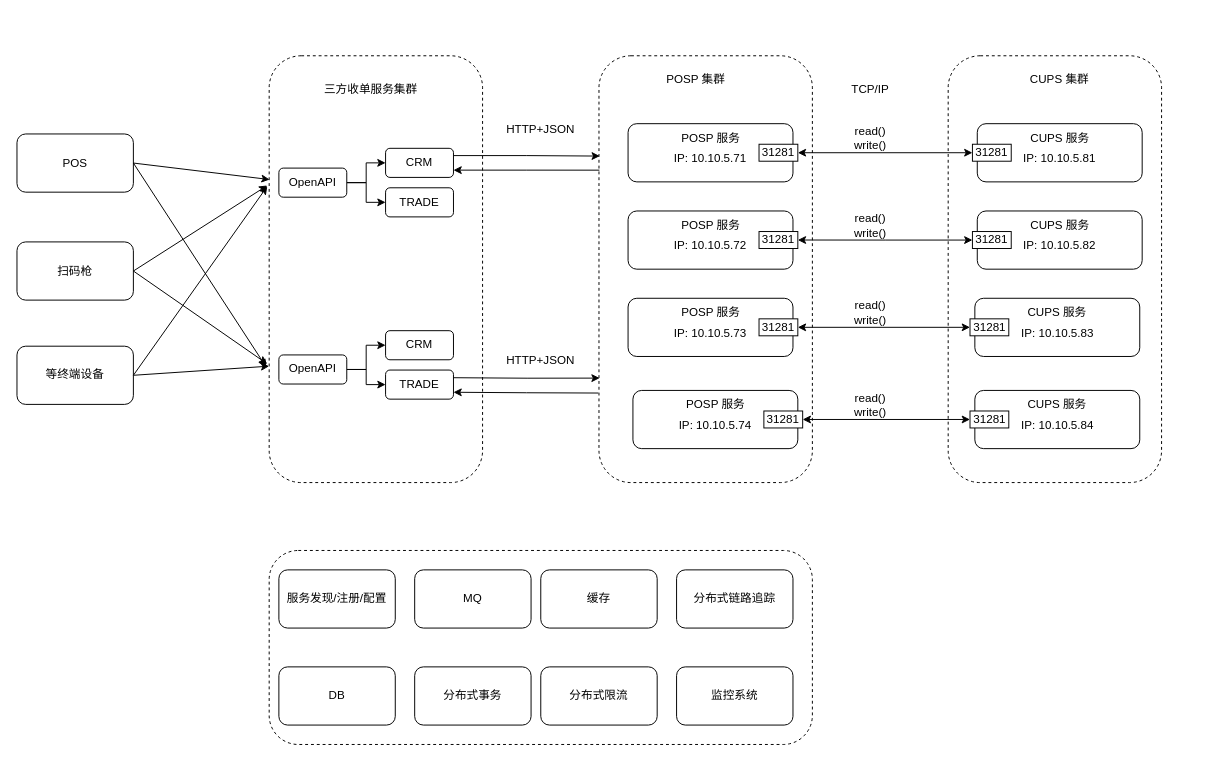
xnxuehai/draw keeps this draw.io diagram as POSP.drawio. Above is the earlier version. Source tidied: cells renumbered, new cells numbered last; positions are measured from the earlier drawing's top-left corner, leaving out a move shared by most shapes. Both pictures are drawn from the tidied source at 97%, with x=0, y=0 at pixel (16, 55).
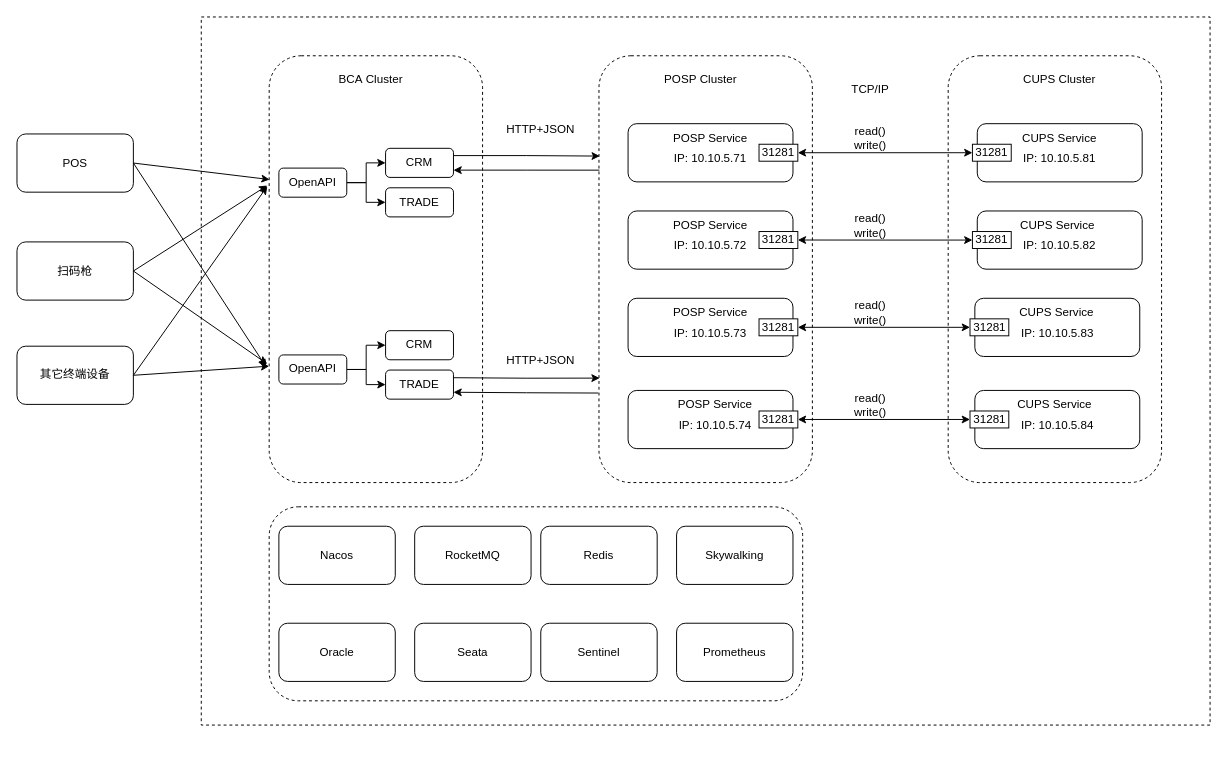
The same page after the edit.

What changed in the source:
```diff
@@
+    <mxCell id="83" style="rounded=0;whiteSpace=wrap;html=1;dashed=1;" parent="1" vertex="1">
+      <mxGeometry x="190" y="-40" width="1040" height="730" as="geometry" />
+    </mxCell>
@@
-    <mxCell id="3" value="CUPS 集群" style="text;html=1;align=center;verticalAlign=middle;whiteSpace=wrap;rounded=0;" parent="1" vertex="1">
+    <mxCell id="3" value="&lt;div style=&quot;text-align: start;&quot;&gt;&lt;span style=&quot;background-color: transparent; color: light-dark(rgb(0, 0, 0), rgb(255, 255, 255));&quot;&gt;CUPS Cluster&lt;/span&gt;&lt;/div&gt;" style="text;html=1;align=center;verticalAlign=middle;whiteSpace=wrap;rounded=0;" parent="1" vertex="1">
       <mxGeometry x="1035" y="10" width="80" height="30" as="geometry" />
     </mxCell>
@@
-    <mxCell id="7" value="CUPS 服务" style="text;html=1;align=center;verticalAlign=middle;whiteSpace=wrap;rounded=0;" parent="1" vertex="1">
-      <mxGeometry x="1042.5" y="70" width="65" height="30" as="geometry" />
+    <mxCell id="7" value="CUPS Service" style="text;html=1;align=center;verticalAlign=middle;whiteSpace=wrap;rounded=0;" parent="1" vertex="1">
+      <mxGeometry x="1026.2" y="70" width="97.5" height="30" as="geometry" />
     </mxCell>
@@
-    <mxCell id="11" value="CUPS 服务" style="text;html=1;align=center;verticalAlign=middle;whiteSpace=wrap;rounded=0;" parent="1" vertex="1">
-      <mxGeometry x="1042.5" y="160" width="65" height="30" as="geometry" />
-    </mxCell>
@@
-    <mxCell id="15" value="CUPS 服务" style="text;html=1;align=center;verticalAlign=middle;whiteSpace=wrap;rounded=0;" parent="1" vertex="1">
-      <mxGeometry x="1040" y="250" width="65" height="30" as="geometry" />
-    </mxCell>
@@
-    <mxCell id="19" value="CUPS 服务" style="text;html=1;align=center;verticalAlign=middle;whiteSpace=wrap;rounded=0;" parent="1" vertex="1">
-      <mxGeometry x="1040" y="345" width="65" height="30" as="geometry" />
-    </mxCell>
@@
-    <mxCell id="21" value="POSP 集群" style="text;html=1;align=center;verticalAlign=middle;whiteSpace=wrap;rounded=0;" parent="1" vertex="1">
-      <mxGeometry x="660" y="10" width="80" height="30" as="geometry" />
+    <mxCell id="21" value="POSP&amp;nbsp;&lt;span style=&quot;text-align: start;&quot;&gt;Cluster&lt;/span&gt;" style="text;html=1;align=center;verticalAlign=middle;whiteSpace=wrap;rounded=0;" parent="1" vertex="1">
+      <mxGeometry x="660" y="10" width="90" height="30" as="geometry" />
     </mxCell>
     <mxCell id="22" style="rounded=1;whiteSpace=wrap;html=1;" parent="1" vertex="1">
-      <mxGeometry x="635" y="345" width="170" height="60" as="geometry" />
+      <mxGeometry x="630" y="345" width="170" height="60" as="geometry" />
     </mxCell>
@@
     <mxCell id="25" value="31281" style="rounded=0;whiteSpace=wrap;html=1;" parent="1" vertex="1">
-      <mxGeometry x="770" y="366.2" width="40" height="17.5" as="geometry" />
+      <mxGeometry x="765" y="366.2" width="40" height="17.5" as="geometry" />
     </mxCell>
-    <mxCell id="26" value="POSP 服务" style="text;html=1;align=center;verticalAlign=middle;whiteSpace=wrap;rounded=0;" parent="1" vertex="1">
-      <mxGeometry x="687.5" y="345" width="65" height="30" as="geometry" />
-    </mxCell>
@@
-    <mxCell id="31" value="POSP 服务" style="text;html=1;align=center;verticalAlign=middle;whiteSpace=wrap;rounded=0;" parent="1" vertex="1">
-      <mxGeometry x="682.5" y="250" width="65" height="30" as="geometry" />
-    </mxCell>
@@
-    <mxCell id="36" value="POSP 服务" style="text;html=1;align=center;verticalAlign=middle;whiteSpace=wrap;rounded=0;" parent="1" vertex="1">
-      <mxGeometry x="682.5" y="160" width="65" height="30" as="geometry" />
-    </mxCell>
@@
-    <mxCell id="41" value="POSP 服务" style="text;html=1;align=center;verticalAlign=middle;whiteSpace=wrap;rounded=0;" parent="1" vertex="1">
-      <mxGeometry x="682.5" y="70" width="65" height="30" as="geometry" />
+    <mxCell id="41" value="POSP Service" style="text;html=1;align=center;verticalAlign=middle;whiteSpace=wrap;rounded=0;" parent="1" vertex="1">
+      <mxGeometry x="670" y="70" width="90" height="30" as="geometry" />
     </mxCell>
@@
-    <mxCell id="43" value="三方收单服务集群" style="text;html=1;align=center;verticalAlign=middle;whiteSpace=wrap;rounded=0;" parent="1" vertex="1">
-      <mxGeometry x="310" y="20" width="110" height="30" as="geometry" />
+    <mxCell id="43" value="BCA&amp;nbsp;&lt;span style=&quot;text-align: start;&quot;&gt;Cluster&lt;/span&gt;" style="text;html=1;align=center;verticalAlign=middle;whiteSpace=wrap;rounded=0;" parent="1" vertex="1">
+      <mxGeometry x="310" y="10" width="110" height="30" as="geometry" />
     </mxCell>
@@
-    <mxCell id="47" value="等终端设备" style="rounded=1;whiteSpace=wrap;html=1;" parent="1" vertex="1">
+    <mxCell id="47" value="其它终端设备" style="rounded=1;whiteSpace=wrap;html=1;" parent="1" vertex="1">
       <mxGeometry y="299.4" width="120" height="60" as="geometry" />
     </mxCell>
@@
     <mxCell id="74" style="rounded=1;whiteSpace=wrap;html=1;dashed=1;" parent="1" vertex="1">
-      <mxGeometry x="260" y="510" width="560" height="200" as="geometry" />
+      <mxGeometry x="260" y="465" width="550" height="200" as="geometry" />
     </mxCell>
-    <mxCell id="75" value="服务发现/注册/配置" style="rounded=1;whiteSpace=wrap;html=1;" parent="1" vertex="1">
-      <mxGeometry x="270" y="530" width="120" height="60" as="geometry" />
+    <mxCell id="75" value="Nacos" style="rounded=1;whiteSpace=wrap;html=1;" parent="1" vertex="1">
+      <mxGeometry x="270" y="485" width="120" height="60" as="geometry" />
     </mxCell>
-    <mxCell id="76" value="MQ" style="rounded=1;whiteSpace=wrap;html=1;" parent="1" vertex="1">
-      <mxGeometry x="410" y="530" width="120" height="60" as="geometry" />
+    <mxCell id="76" value="RocketMQ" style="rounded=1;whiteSpace=wrap;html=1;" parent="1" vertex="1">
+      <mxGeometry x="410" y="485" width="120" height="60" as="geometry" />
     </mxCell>
-    <mxCell id="77" value="缓存" style="rounded=1;whiteSpace=wrap;html=1;" parent="1" vertex="1">
-      <mxGeometry x="540" y="530" width="120" height="60" as="geometry" />
+    <mxCell id="77" value="Redis" style="rounded=1;whiteSpace=wrap;html=1;" parent="1" vertex="1">
+      <mxGeometry x="540" y="485" width="120" height="60" as="geometry" />
     </mxCell>
-    <mxCell id="78" value="分布式链路追踪" style="rounded=1;whiteSpace=wrap;html=1;" parent="1" vertex="1">
-      <mxGeometry x="680" y="530" width="120" height="60" as="geometry" />
+    <mxCell id="78" value="Skywalking" style="rounded=1;whiteSpace=wrap;html=1;" parent="1" vertex="1">
+      <mxGeometry x="680" y="485" width="120" height="60" as="geometry" />
     </mxCell>
-    <mxCell id="79" value="DB" style="rounded=1;whiteSpace=wrap;html=1;" parent="1" vertex="1">
-      <mxGeometry x="270" y="630" width="120" height="60" as="geometry" />
+    <mxCell id="79" value="Oracle" style="rounded=1;whiteSpace=wrap;html=1;" parent="1" vertex="1">
+      <mxGeometry x="270" y="585" width="120" height="60" as="geometry" />
     </mxCell>
-    <mxCell id="80" value="分布式事务" style="rounded=1;whiteSpace=wrap;html=1;" parent="1" vertex="1">
-      <mxGeometry x="410" y="630" width="120" height="60" as="geometry" />
+    <mxCell id="80" value="Seata" style="rounded=1;whiteSpace=wrap;html=1;" parent="1" vertex="1">
+      <mxGeometry x="410" y="585" width="120" height="60" as="geometry" />
     </mxCell>
-    <mxCell id="81" value="分布式限流" style="rounded=1;whiteSpace=wrap;html=1;" parent="1" vertex="1">
-      <mxGeometry x="540" y="630" width="120" height="60" as="geometry" />
+    <mxCell id="81" value="Sentinel" style="rounded=1;whiteSpace=wrap;html=1;" parent="1" vertex="1">
+      <mxGeometry x="540" y="585" width="120" height="60" as="geometry" />
     </mxCell>
-    <mxCell id="82" value="&lt;span style=&quot;font-weight: normal;&quot;&gt;监控系统&lt;/span&gt;" style="rounded=1;whiteSpace=wrap;html=1;fontStyle=1;" parent="1" vertex="1">
-      <mxGeometry x="680" y="630" width="120" height="60" as="geometry" />
+    <mxCell id="82" value="&lt;span style=&quot;font-weight: 400;&quot;&gt;Prometheus&lt;/span&gt;" style="rounded=1;whiteSpace=wrap;html=1;fontStyle=1;" parent="1" vertex="1">
+      <mxGeometry x="680" y="585" width="120" height="60" as="geometry" />
     </mxCell>
+    <mxCell id="84" value="POSP Service" style="text;html=1;align=center;verticalAlign=middle;whiteSpace=wrap;rounded=0;" parent="1" vertex="1">
+      <mxGeometry x="670" y="160" width="90" height="30" as="geometry" />
+    </mxCell>
+    <mxCell id="85" value="POSP Service" style="text;html=1;align=center;verticalAlign=middle;whiteSpace=wrap;rounded=0;" parent="1" vertex="1">
+      <mxGeometry x="670" y="250" width="90" height="30" as="geometry" />
+    </mxCell>
+    <mxCell id="86" value="POSP Service" style="text;html=1;align=center;verticalAlign=middle;whiteSpace=wrap;rounded=0;" parent="1" vertex="1">
+      <mxGeometry x="675" y="345" width="90" height="30" as="geometry" />
+    </mxCell>
+    <mxCell id="87" value="CUPS Service" style="text;html=1;align=center;verticalAlign=middle;whiteSpace=wrap;rounded=0;" parent="1" vertex="1">
+      <mxGeometry x="1023.8" y="160" width="97.5" height="30" as="geometry" />
+    </mxCell>
+    <mxCell id="88" value="CUPS Service" style="text;html=1;align=center;verticalAlign=middle;whiteSpace=wrap;rounded=0;" parent="1" vertex="1">
+      <mxGeometry x="1022.5" y="250" width="97.5" height="30" as="geometry" />
+    </mxCell>
+    <mxCell id="89" value="CUPS Service" style="text;html=1;align=center;verticalAlign=middle;whiteSpace=wrap;rounded=0;" parent="1" vertex="1">
+      <mxGeometry x="1021.2" y="345" width="97.5" height="30" as="geometry" />
+    </mxCell>
```
